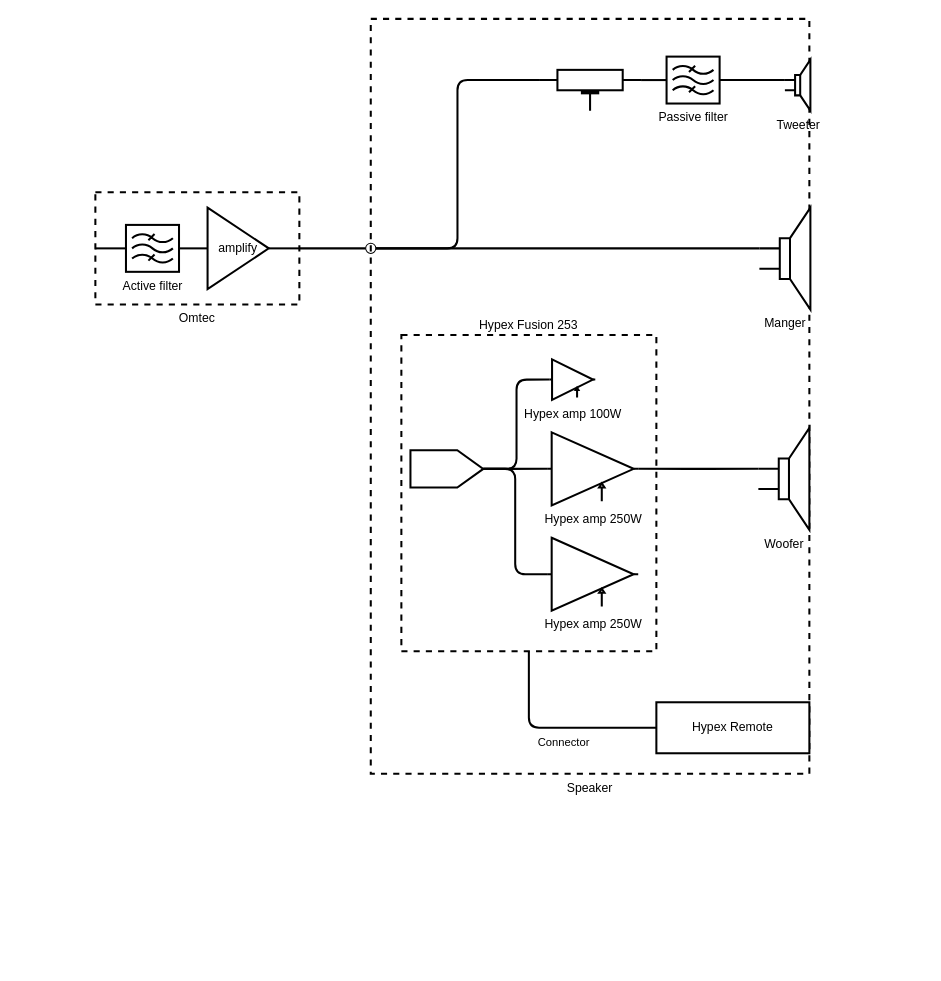
The draw.io diagram page "Digital with Omtec" (2 of 2) of Untitled Diagram.drawio in blueneogeo/manger, before the edit. Source tidied: cells renumbered, new cells numbered last; positions are measured from the earlier drawing's top-left corner, leaving out a move shared by most shapes. Both pictures are drawn from the tidied source at 102%, with x=0, y=0 at pixel (95, 18).
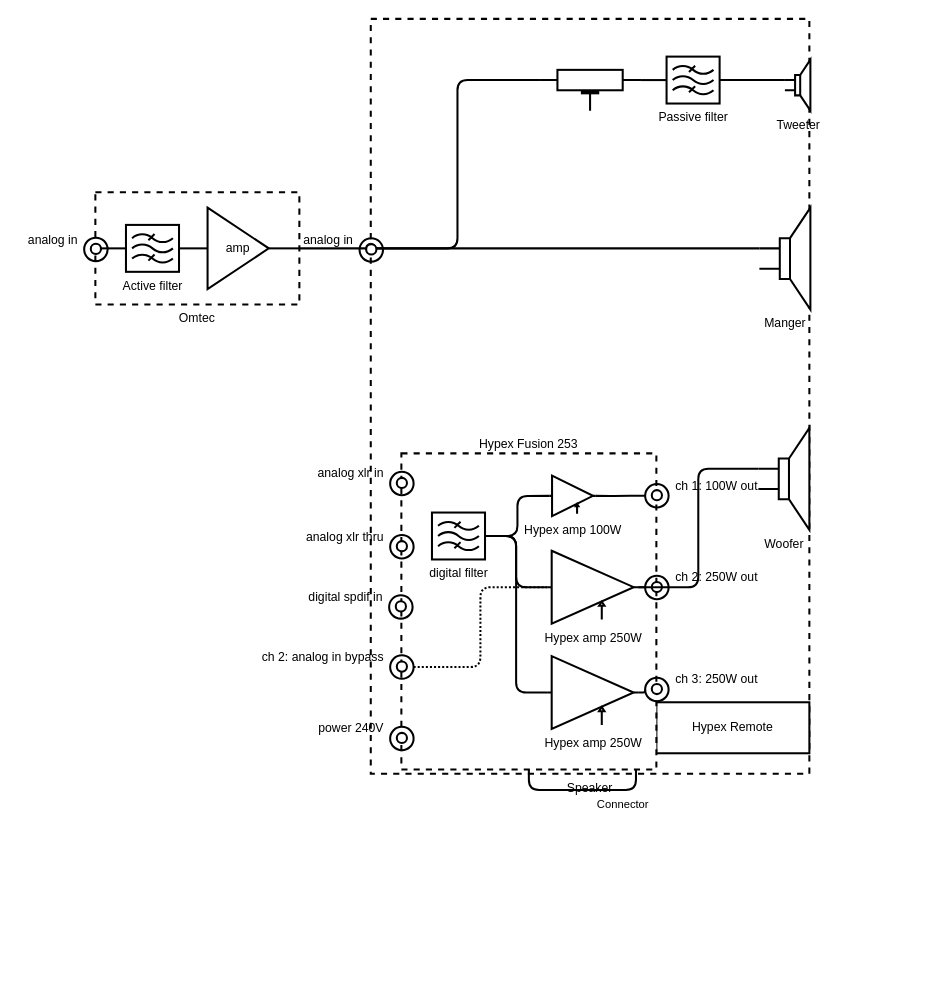
After the change.

The change refers to these unchanged cells:
```xml
<mxCell id="13" value="Hypex amp 250W" style="verticalLabelPosition=bottom;shadow=0;dashed=0;align=center;html=1;verticalAlign=top;shape=mxgraph.electrical.abstract.controlled_amplifier;strokeWidth=2;" parent="10" vertex="1">
  <mxGeometry x="142.9" y="95.4" width="89.3" height="71.5" as="geometry" />
</mxCell>
<mxCell id="14" value="Hypex amp 250W" style="verticalLabelPosition=bottom;shadow=0;dashed=0;align=center;html=1;verticalAlign=top;shape=mxgraph.electrical.abstract.controlled_amplifier;strokeWidth=2;" parent="10" vertex="1">
  <mxGeometry x="142.9" y="198.7" width="89.3" height="71.5" as="geometry" />
</mxCell>
<mxCell id="20" style="group;" parent="1" vertex="1">
  <mxGeometry y="170" width="200" height="110" as="geometry" />
</mxCell>
```

Diff of the diagram source:
```diff
@@
     <mxCell id="10" style="group;" parent="1" vertex="1">
-      <mxGeometry x="300" y="310" width="250" height="310" as="geometry" />
+      <mxGeometry x="300" y="426" width="513" height="501" as="geometry" />
     </mxCell>
@@
+    <mxCell id="34" style="edgeStyle=orthogonalEdgeStyle;rounded=1;jettySize=auto;html=1;exitX=1;exitY=0.5;exitDx=0;exitDy=0;exitPerimeter=0;entryX=0;entryY=0.5;entryDx=0;entryDy=0;endArrow=none;endFill=0;strokeWidth=2;" parent="10" edge="1" source="12" target="52">
+      <mxGeometry relative="1" as="geometry" />
+    </mxCell>
     <mxCell id="12" value="Hypex amp 100W" style="verticalLabelPosition=bottom;shadow=0;dashed=0;align=center;html=1;verticalAlign=top;shape=mxgraph.electrical.abstract.controlled_amplifier;strokeWidth=2;" parent="10" vertex="1">
-      <mxGeometry x="145.5" y="23.8" width="44.6" height="39.7" as="geometry" />
+      <mxGeometry x="145.5" y="21.8" width="44.6" height="39.7" as="geometry" />
     </mxCell>
+    <mxCell id="35" style="edgeStyle=orthogonalEdgeStyle;rounded=1;jettySize=auto;html=1;exitX=1;exitY=0.5;exitDx=0;exitDy=0;exitPerimeter=0;entryX=0;entryY=0.5;entryDx=0;entryDy=0;endArrow=none;endFill=0;strokeWidth=2;" parent="10" edge="1" source="13" target="56">
+      <mxGeometry relative="1" as="geometry" />
+    </mxCell>
@@
+    <mxCell id="36" style="edgeStyle=orthogonalEdgeStyle;rounded=1;jettySize=auto;html=1;exitX=1;exitY=0.5;exitDx=0;exitDy=0;exitPerimeter=0;entryX=0;entryY=0.5;entryDx=0;entryDy=0;endArrow=none;endFill=0;strokeWidth=2;" parent="10" edge="1" source="14" target="60">
+      <mxGeometry relative="1" as="geometry" />
+    </mxCell>
@@
-    <mxCell id="15" style="edgeStyle=orthogonalEdgeStyle;rounded=1;jettySize=auto;html=1;exitX=1;exitY=0.5;exitDx=0;exitDy=0;exitPerimeter=0;entryX=0;entryY=0.5;entryDx=0;entryDy=0;entryPerimeter=0;endArrow=none;endFill=0;strokeWidth=2;" parent="10" edge="1" source="18" target="12">
+    <mxCell id="15" style="edgeStyle=orthogonalEdgeStyle;rounded=1;jettySize=auto;html=1;exitX=1;exitY=0.5;exitDx=0;exitDy=0;exitPerimeter=0;entryX=0;entryY=0.5;entryDx=0;entryDy=0;entryPerimeter=0;endArrow=none;endFill=0;strokeWidth=2;" parent="10" edge="1" source="37" target="12">
       <mxGeometry relative="1" as="geometry" />
     </mxCell>
-    <mxCell id="16" style="edgeStyle=orthogonalEdgeStyle;rounded=1;jettySize=auto;html=1;exitX=1;exitY=0.5;exitDx=0;exitDy=0;exitPerimeter=0;entryX=0;entryY=0.5;entryDx=0;entryDy=0;entryPerimeter=0;endArrow=none;endFill=0;strokeWidth=2;" parent="10" edge="1" source="18" target="13">
+    <mxCell id="16" style="edgeStyle=orthogonalEdgeStyle;rounded=1;jettySize=auto;html=1;exitX=1;exitY=0.5;exitDx=0;exitDy=0;exitPerimeter=0;entryX=0;entryY=0.5;entryDx=0;entryDy=0;entryPerimeter=0;endArrow=none;endFill=0;strokeWidth=2;" parent="10" edge="1" source="37" target="13">
       <mxGeometry relative="1" as="geometry" />
     </mxCell>
-    <mxCell id="17" style="edgeStyle=orthogonalEdgeStyle;rounded=1;jettySize=auto;html=1;exitX=1;exitY=0.5;exitDx=0;exitDy=0;exitPerimeter=0;entryX=0;entryY=0.5;entryDx=0;entryDy=0;entryPerimeter=0;endArrow=none;endFill=0;strokeWidth=2;" parent="10" edge="1" source="18" target="14">
+    <mxCell id="17" style="edgeStyle=orthogonalEdgeStyle;rounded=1;jettySize=auto;html=1;exitX=1;exitY=0.5;exitDx=0;exitDy=0;exitPerimeter=0;entryX=0;entryY=0.5;entryDx=0;entryDy=0;entryPerimeter=0;endArrow=none;endFill=0;strokeWidth=2;" parent="10" edge="1" source="37" target="14">
       <mxGeometry relative="1" as="geometry" />
     </mxCell>
-    <mxCell id="18" style="verticalLabelPosition=bottom;shadow=0;dashed=0;align=center;html=1;verticalAlign=top;shape=mxgraph.electrical.abstract.dac;strokeWidth=2;" parent="10" vertex="1">
-      <mxGeometry x="8.9" y="112.9" width="71.4" height="36.6" as="geometry" />
-    </mxCell>
+    <mxCell id="37" value="digital filter" style="verticalLabelPosition=bottom;shadow=0;dashed=0;align=center;html=1;verticalAlign=top;shape=mxgraph.electrical.abstract.filter;rounded=0;labelBackgroundColor=none;strokeWidth=2;fillColor=none;" parent="10" vertex="1">
+      <mxGeometry x="30" y="58" width="52" height="46" as="geometry" />
+    </mxCell>
+    <mxCell id="38" style="group;" parent="10" vertex="1">
+      <mxGeometry x="-76" y="10" width="88" height="31" as="geometry" />
+    </mxCell>
+    <mxCell id="39" style="ellipse;whiteSpace=wrap;html=1;rounded=0;labelBackgroundColor=none;strokeWidth=2;fillColor=#FFFFFF;align=right;verticalAlign=middle;" parent="38" vertex="1">
+      <mxGeometry x="71.5" y="14" width="10" height="10" as="geometry" />
+    </mxCell>
+    <mxCell id="40" style="ellipse;whiteSpace=wrap;html=1;rounded=0;labelBackgroundColor=none;strokeWidth=2;align=right;verticalAlign=middle;fillColor=none;" parent="38" vertex="1">
+      <mxGeometry x="65" y="8" width="23" height="23" as="geometry" />
+    </mxCell>
+    <mxCell id="41" value="analog xlr in" style="text;html=1;align=right;verticalAlign=middle;fillColor=none;strokeColor=none;rounded=0;labelBackgroundColor=none;" parent="38" vertex="1">
+      <mxGeometry x="-20" width="80" height="20" as="geometry" />
+    </mxCell>
+    <mxCell id="42" style="group;" parent="10" vertex="1">
+      <mxGeometry x="-77" y="131" width="88" height="31" as="geometry" />
+    </mxCell>
+    <mxCell id="43" style="ellipse;whiteSpace=wrap;html=1;rounded=0;labelBackgroundColor=none;strokeWidth=2;fillColor=#FFFFFF;align=right;verticalAlign=middle;" parent="42" vertex="1">
+      <mxGeometry x="71.5" y="14" width="10" height="10" as="geometry" />
+    </mxCell>
+    <mxCell id="44" style="ellipse;whiteSpace=wrap;html=1;rounded=0;labelBackgroundColor=none;strokeWidth=2;align=right;verticalAlign=middle;fillColor=none;" parent="42" vertex="1">
+      <mxGeometry x="65" y="8" width="23" height="23" as="geometry" />
+    </mxCell>
+    <mxCell id="45" value="digital spdif in" style="text;html=1;align=right;verticalAlign=middle;fillColor=none;strokeColor=none;rounded=0;labelBackgroundColor=none;" parent="42" vertex="1">
+      <mxGeometry x="-30" width="90" height="20" as="geometry" />
+    </mxCell>
+    <mxCell id="46" style="group;" parent="10" vertex="1">
+      <mxGeometry x="-76" y="72" width="88" height="31" as="geometry" />
+    </mxCell>
+    <mxCell id="47" style="ellipse;whiteSpace=wrap;html=1;rounded=0;labelBackgroundColor=none;strokeWidth=2;fillColor=#FFFFFF;align=right;verticalAlign=middle;" parent="46" vertex="1">
+      <mxGeometry x="71.5" y="14" width="10" height="10" as="geometry" />
+    </mxCell>
+    <mxCell id="48" style="ellipse;whiteSpace=wrap;html=1;rounded=0;labelBackgroundColor=none;strokeWidth=2;align=right;verticalAlign=middle;fillColor=none;" parent="46" vertex="1">
+      <mxGeometry x="65" y="8" width="23" height="23" as="geometry" />
+    </mxCell>
+    <mxCell id="49" value="analog xlr thru" style="text;html=1;align=right;verticalAlign=middle;fillColor=none;strokeColor=none;rounded=0;labelBackgroundColor=none;" parent="46" vertex="1">
+      <mxGeometry x="-30" width="90" height="20" as="geometry" />
+    </mxCell>
+    <mxCell id="50" style="group;" parent="10" vertex="1">
+      <mxGeometry x="210" width="188" height="51" as="geometry" />
+    </mxCell>
+    <mxCell id="51" style="ellipse;whiteSpace=wrap;html=1;rounded=0;labelBackgroundColor=none;strokeWidth=2;fillColor=#FFFFFF;align=right;verticalAlign=middle;" parent="50" vertex="1">
+      <mxGeometry x="35.5" y="36" width="10" height="10" as="geometry" />
+    </mxCell>
+    <mxCell id="52" style="ellipse;whiteSpace=wrap;html=1;rounded=0;labelBackgroundColor=none;strokeWidth=2;align=right;verticalAlign=middle;fillColor=none;" parent="50" vertex="1">
+      <mxGeometry x="29" y="30" width="23" height="23" as="geometry" />
+    </mxCell>
+    <mxCell id="53" value="ch 1: 100W out" style="text;html=1;align=left;verticalAlign=middle;fillColor=none;strokeColor=none;rounded=0;labelBackgroundColor=none;" parent="50" vertex="1">
+      <mxGeometry x="57" y="22" width="100" height="20" as="geometry" />
+    </mxCell>
+    <mxCell id="54" style="group;" parent="10" vertex="1">
+      <mxGeometry x="210" y="90" width="188" height="51" as="geometry" />
+    </mxCell>
+    <mxCell id="55" style="ellipse;whiteSpace=wrap;html=1;rounded=0;labelBackgroundColor=none;strokeWidth=2;fillColor=#FFFFFF;align=right;verticalAlign=middle;" parent="54" vertex="1">
+      <mxGeometry x="35.5" y="36" width="10" height="10" as="geometry" />
+    </mxCell>
+    <mxCell id="56" style="ellipse;whiteSpace=wrap;html=1;rounded=0;labelBackgroundColor=none;strokeWidth=2;align=right;verticalAlign=middle;fillColor=none;" parent="54" vertex="1">
+      <mxGeometry x="29" y="30" width="23" height="23" as="geometry" />
+    </mxCell>
+    <mxCell id="57" value="ch 2: 250W out" style="text;html=1;align=left;verticalAlign=middle;fillColor=none;strokeColor=none;rounded=0;labelBackgroundColor=none;" parent="54" vertex="1">
+      <mxGeometry x="57" y="22" width="100" height="20" as="geometry" />
+    </mxCell>
+    <mxCell id="58" style="group;" parent="10" vertex="1">
+      <mxGeometry x="210" y="190" width="188" height="51" as="geometry" />
+    </mxCell>
+    <mxCell id="59" style="ellipse;whiteSpace=wrap;html=1;rounded=0;labelBackgroundColor=none;strokeWidth=2;fillColor=#FFFFFF;align=right;verticalAlign=middle;" parent="58" vertex="1">
+      <mxGeometry x="35.5" y="36" width="10" height="10" as="geometry" />
+    </mxCell>
+    <mxCell id="60" style="ellipse;whiteSpace=wrap;html=1;rounded=0;labelBackgroundColor=none;strokeWidth=2;align=right;verticalAlign=middle;fillColor=none;" parent="58" vertex="1">
+      <mxGeometry x="29" y="30" width="23" height="23" as="geometry" />
+    </mxCell>
+    <mxCell id="61" value="ch 3: 250W out" style="text;html=1;align=left;verticalAlign=middle;fillColor=none;strokeColor=none;rounded=0;labelBackgroundColor=none;" parent="58" vertex="1">
+      <mxGeometry x="57" y="22" width="100" height="20" as="geometry" />
+    </mxCell>
+    <mxCell id="62" style="group;" parent="10" vertex="1">
+      <mxGeometry x="-76" y="190" width="88" height="31" as="geometry" />
+    </mxCell>
+    <mxCell id="63" style="ellipse;whiteSpace=wrap;html=1;rounded=0;labelBackgroundColor=none;strokeWidth=2;fillColor=#FFFFFF;align=right;verticalAlign=middle;" parent="62" vertex="1">
+      <mxGeometry x="71.5" y="14" width="10" height="10" as="geometry" />
+    </mxCell>
+    <mxCell id="64" style="ellipse;whiteSpace=wrap;html=1;rounded=0;labelBackgroundColor=none;strokeWidth=2;align=right;verticalAlign=middle;fillColor=none;" parent="62" vertex="1">
+      <mxGeometry x="65" y="8" width="23" height="23" as="geometry" />
+    </mxCell>
+    <mxCell id="65" value="ch 2: analog in bypass" style="text;html=1;align=right;verticalAlign=middle;fillColor=none;strokeColor=none;rounded=0;labelBackgroundColor=none;" parent="62" vertex="1">
+      <mxGeometry x="-70" width="130" height="20" as="geometry" />
+    </mxCell>
+    <mxCell id="66" style="group;" parent="10" vertex="1">
+      <mxGeometry x="-76" y="260" width="88" height="31" as="geometry" />
+    </mxCell>
+    <mxCell id="67" style="ellipse;whiteSpace=wrap;html=1;rounded=0;labelBackgroundColor=none;strokeWidth=2;fillColor=#FFFFFF;align=right;verticalAlign=middle;" parent="66" vertex="1">
+      <mxGeometry x="71.5" y="14" width="10" height="10" as="geometry" />
+    </mxCell>
+    <mxCell id="68" style="ellipse;whiteSpace=wrap;html=1;rounded=0;labelBackgroundColor=none;strokeWidth=2;align=right;verticalAlign=middle;fillColor=none;" parent="66" vertex="1">
+      <mxGeometry x="65" y="8" width="23" height="23" as="geometry" />
+    </mxCell>
+    <mxCell id="69" value="power 240V" style="text;html=1;align=right;verticalAlign=middle;fillColor=none;strokeColor=none;rounded=0;labelBackgroundColor=none;" parent="66" vertex="1">
+      <mxGeometry x="-20" width="80" height="20" as="geometry" />
+    </mxCell>
+    <mxCell id="70" style="edgeStyle=orthogonalEdgeStyle;rounded=1;jettySize=auto;html=1;exitX=1;exitY=0.5;exitDx=0;exitDy=0;entryX=0;entryY=0.5;entryDx=0;entryDy=0;entryPerimeter=0;endArrow=none;endFill=0;strokeWidth=2;dashed=1;dashPattern=1 1;" parent="10" edge="1" source="64" target="13">
+      <mxGeometry relative="1" as="geometry" />
+    </mxCell>
@@
-    <mxCell id="23" value="amplify" style="triangle;whiteSpace=wrap;html=1;rounded=0;labelBackgroundColor=none;strokeWidth=2;fillColor=none;" parent="20" vertex="1">
+    <mxCell id="23" value="amp" style="triangle;whiteSpace=wrap;html=1;rounded=0;labelBackgroundColor=none;strokeWidth=2;fillColor=none;" parent="20" vertex="1">
       <mxGeometry x="110" y="15" width="60" height="80" as="geometry" />
     </mxCell>
@@
+    <mxCell id="71" style="group;" parent="1" vertex="1">
+      <mxGeometry x="-76" y="206.5" width="88" height="31" as="geometry" />
+    </mxCell>
+    <mxCell id="72" style="ellipse;whiteSpace=wrap;html=1;rounded=0;labelBackgroundColor=none;strokeWidth=2;fillColor=#FFFFFF;align=right;verticalAlign=middle;" parent="71" vertex="1">
+      <mxGeometry x="71.5" y="14" width="10" height="10" as="geometry" />
+    </mxCell>
+    <mxCell id="73" style="ellipse;whiteSpace=wrap;html=1;rounded=0;labelBackgroundColor=none;strokeWidth=2;align=right;verticalAlign=middle;fillColor=none;" parent="71" vertex="1">
+      <mxGeometry x="65" y="8" width="23" height="23" as="geometry" />
+    </mxCell>
+    <mxCell id="74" value="analog in" style="text;html=1;align=right;verticalAlign=middle;fillColor=none;strokeColor=none;rounded=0;labelBackgroundColor=none;" parent="71" vertex="1">
+      <mxGeometry width="60" height="20" as="geometry" />
+    </mxCell>
+    <mxCell id="75" style="group;" parent="1" vertex="1">
+      <mxGeometry x="194" y="207" width="88" height="31" as="geometry" />
+    </mxCell>
+    <mxCell id="76" style="ellipse;whiteSpace=wrap;html=1;rounded=0;labelBackgroundColor=none;strokeWidth=2;fillColor=#FFFFFF;align=right;verticalAlign=middle;" parent="75" vertex="1">
+      <mxGeometry x="71.5" y="14" width="10" height="10" as="geometry" />
+    </mxCell>
+    <mxCell id="77" style="ellipse;whiteSpace=wrap;html=1;rounded=0;labelBackgroundColor=none;strokeWidth=2;align=right;verticalAlign=middle;fillColor=none;" parent="75" vertex="1">
+      <mxGeometry x="65" y="8" width="23" height="23" as="geometry" />
+    </mxCell>
+    <mxCell id="78" value="analog in" style="text;html=1;align=right;verticalAlign=middle;fillColor=none;strokeColor=none;rounded=0;labelBackgroundColor=none;" parent="75" vertex="1">
+      <mxGeometry width="60" height="20" as="geometry" />
+    </mxCell>
```
